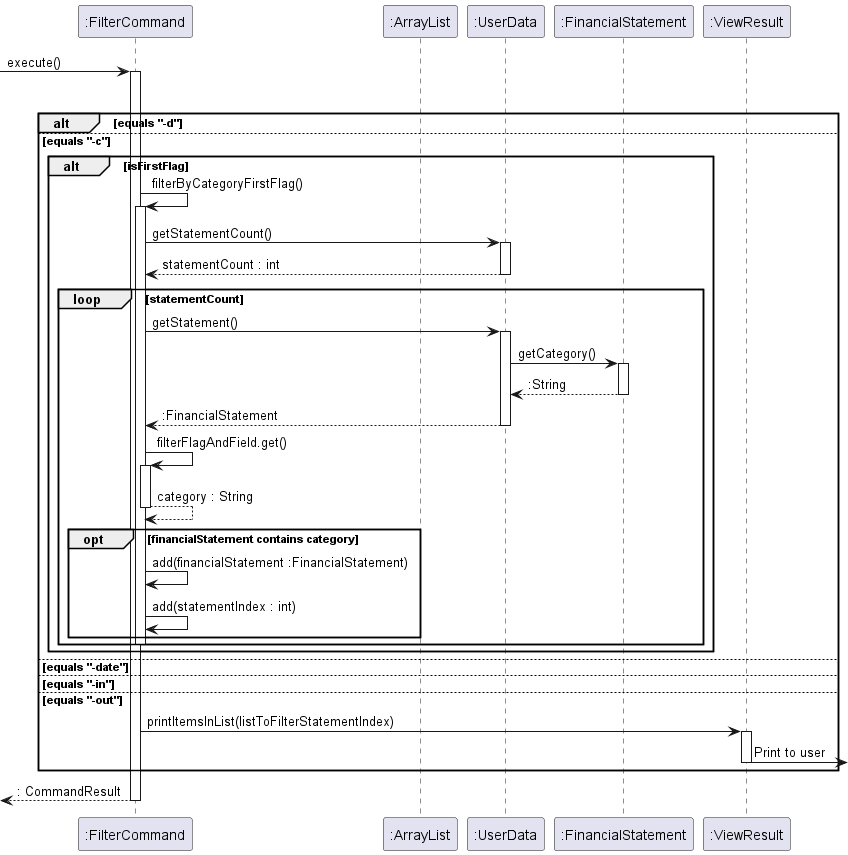
This is docs/images/DeveloperGuide/FilterCommand.png from nus-cs2113-AY2223S2/tp, a PlantUML export, as it was before one commit.
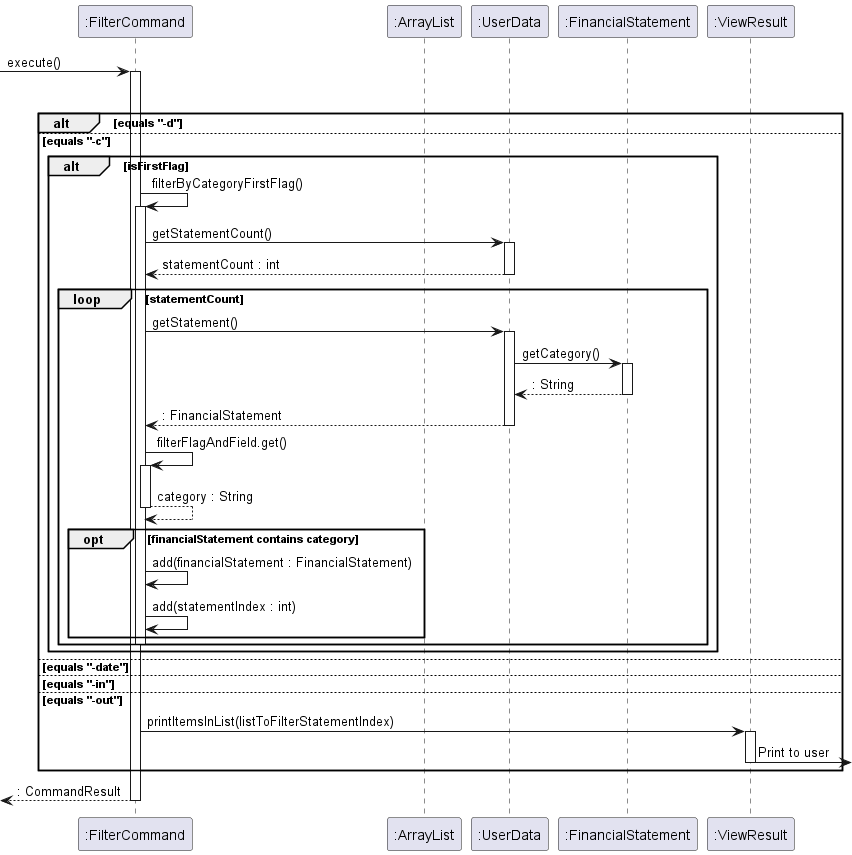
Later version of the same file.

Diff of the diagram source:
```diff
@@ -17,7 +17,7 @@
         alt isFirstFlag
             FilterCommand -> FilterCommand : filterByCategoryFirstFlag()
             activate FilterCommand
-            FilterCommand -> UserData :getStatementCount()
+            FilterCommand -> UserData : getStatementCount()
             activate UserData
             UserData --> FilterCommand :statementCount : int
             deactivate UserData
@@ -27,9 +27,9 @@
                 activate UserData
                 UserData -> FinancialStatement : getCategory()
                 activate FinancialStatement
-                FinancialStatement --> UserData : :String
+                FinancialStatement --> UserData : : String
                 deactivate FinancialStatement
-                UserData --> FilterCommand : :FinancialStatement
+                UserData --> FilterCommand : : FinancialStatement
                 deactivate UserData
 
                 FilterCommand -> FilterCommand : filterFlagAndField.get()
@@ -38,7 +38,7 @@
                 deactivate FilterCommand
 
                 opt financialStatement contains category
-                    FilterCommand -> FilterCommand : add(financialStatement :FinancialStatement)
+                    FilterCommand -> FilterCommand : add(financialStatement : FinancialStatement)
                     FilterCommand -> FilterCommand : add(statementIndex : int)
                 end
                 deactivate FilterCommand
```
